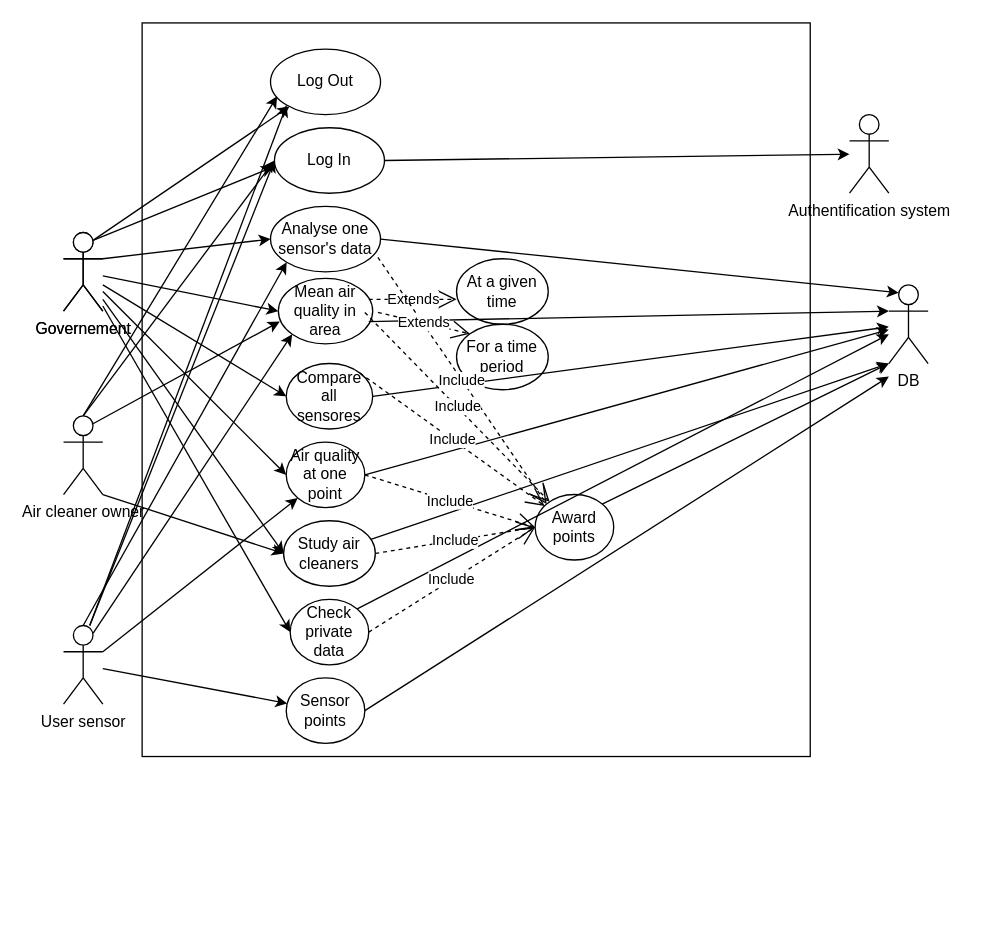
The draw.io diagram use case diagram.drawio in jimmywengzj/GL-TP, before the edit. Source tidied: cells renumbered, new cells numbered last; positions are measured from the earlier drawing's top-left corner, leaving out a move shared by most shapes. Both pictures are drawn from the tidied source at 131%, with x=0, y=0 at pixel (63, 22).
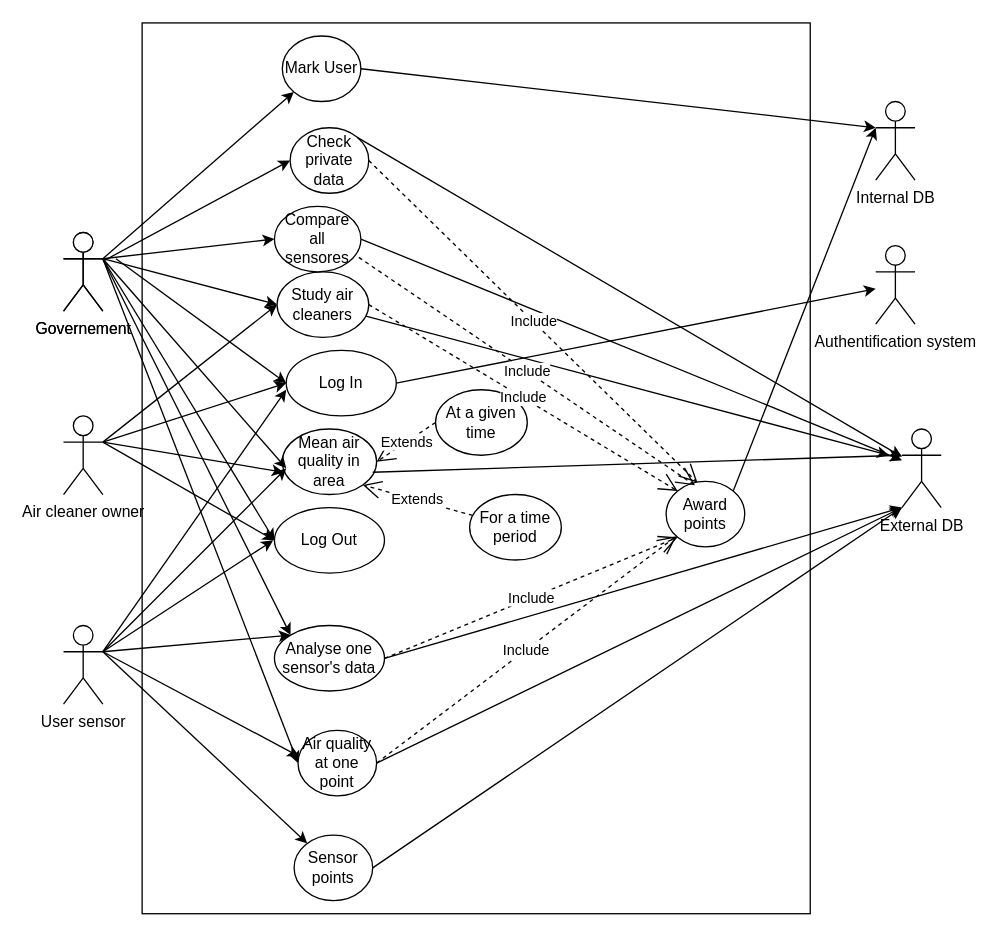
The same diagram, later.

The change refers to these unchanged cells:
```xml
<mxCell id="3" value="Governement" style="shape=umlActor;verticalLabelPosition=bottom;verticalAlign=top;html=1;outlineConnect=0;" parent="1" vertex="1">
  <mxGeometry y="160" width="30" height="60" as="geometry" />
</mxCell>
<mxCell id="39" value="User sensor" style="shape=umlActor;verticalLabelPosition=bottom;verticalAlign=top;html=1;outlineConnect=0;" parent="1" vertex="1">
  <mxGeometry y="460" width="30" height="60" as="geometry" />
</mxCell>
<mxCell id="40" value="Governement" style="shape=umlActor;verticalLabelPosition=bottom;verticalAlign=top;html=1;outlineConnect=0;" parent="1" vertex="1">
  <mxGeometry y="160" width="30" height="60" as="geometry" />
</mxCell>
<mxCell id="41" value="Air cleaner owner" style="shape=umlActor;verticalLabelPosition=bottom;verticalAlign=top;html=1;outlineConnect=0;" parent="1" vertex="1">
  <mxGeometry y="300" width="30" height="60" as="geometry" />
</mxCell>
```

Change to the diagram source:
```diff
@@
     <mxCell id="2" style="rounded=0;whiteSpace=wrap;html=1;" parent="1" vertex="1">
-      <mxGeometry x="60" width="510" height="560" as="geometry" />
+      <mxGeometry x="60" width="510" height="680" as="geometry" />
     </mxCell>
@@
     <mxCell id="4" value="Mean air quality in area" style="ellipse;whiteSpace=wrap;html=1;" parent="1" vertex="1">
-      <mxGeometry x="164" y="195" width="72" height="50" as="geometry" />
+      <mxGeometry x="167" y="310" width="72" height="50" as="geometry" />
     </mxCell>
     <mxCell id="5" value="Analyse one sensor's data" style="ellipse;whiteSpace=wrap;html=1;" parent="1" vertex="1">
-      <mxGeometry x="158" y="140" width="84" height="50" as="geometry" />
+      <mxGeometry x="161" y="460" width="84" height="50" as="geometry" />
     </mxCell>
-    <mxCell id="6" value="Compare all sensores" style="ellipse;whiteSpace=wrap;html=1;" parent="1" vertex="1">
-      <mxGeometry x="170" y="260" width="66" height="50" as="geometry" />
-    </mxCell>
     <mxCell id="7" value="Air quality at one point" style="ellipse;whiteSpace=wrap;html=1;" parent="1" vertex="1">
-      <mxGeometry x="170" y="320" width="60" height="50" as="geometry" />
+      <mxGeometry x="179" y="540" width="60" height="50" as="geometry" />
     </mxCell>
     <mxCell id="8" value="Study air cleaners" style="ellipse;whiteSpace=wrap;html=1;" parent="1" vertex="1">
-      <mxGeometry x="168" y="380" width="70" height="50" as="geometry" />
+      <mxGeometry x="163" y="190" width="70" height="50" as="geometry" />
     </mxCell>
     <mxCell id="9" value="Check private data" style="ellipse;whiteSpace=wrap;html=1;" parent="1" vertex="1">
-      <mxGeometry x="173" y="440" width="60" height="50" as="geometry" />
+      <mxGeometry x="173" y="80" width="60" height="50" as="geometry" />
     </mxCell>
     <mxCell id="10" value="Award points" style="ellipse;whiteSpace=wrap;html=1;" parent="1" vertex="1">
-      <mxGeometry x="360" y="360" width="60" height="50" as="geometry" />
+      <mxGeometry x="460" y="350" width="60" height="50" as="geometry" />
     </mxCell>
-    <mxCell id="11" value="DB" style="shape=umlActor;verticalLabelPosition=bottom;verticalAlign=top;html=1;outlineConnect=0;" parent="1" vertex="1">
-      <mxGeometry x="630" y="200" width="30" height="60" as="geometry" />
+    <mxCell id="11" value="External DB" style="shape=umlActor;verticalLabelPosition=bottom;verticalAlign=top;html=1;outlineConnect=0;" parent="1" vertex="1">
+      <mxGeometry x="640" y="310" width="30" height="60" as="geometry" />
     </mxCell>
     <mxCell id="12" value="At a given time" style="ellipse;whiteSpace=wrap;html=1;" parent="1" vertex="1">
-      <mxGeometry x="300" y="180" width="70" height="50" as="geometry" />
+      <mxGeometry x="284" y="280" width="70" height="50" as="geometry" />
     </mxCell>
     <mxCell id="13" value="For a time period" style="ellipse;whiteSpace=wrap;html=1;" parent="1" vertex="1">
-      <mxGeometry x="300" y="230" width="70" height="50" as="geometry" />
+      <mxGeometry x="310" y="360" width="70" height="50" as="geometry" />
     </mxCell>
@@
-    <mxCell id="15" style="endArrow=classic;html=1;rounded=0;exitX=1;exitY=0.5;exitDx=0;exitDy=0;entryX=0.25;entryY=0.1;entryDx=0;entryDy=0;entryPerimeter=0;" parent="1" edge="1" source="5" target="11">
-      <mxGeometry relative="1" as="geometry" />
+    <mxCell id="15" style="endArrow=classic;html=1;rounded=0;exitX=1;exitY=0.5;exitDx=0;exitDy=0;" parent="1" edge="1" source="5">
+      <mxGeometry relative="1" as="geometry">
+        <mxPoint x="640" y="370" as="targetPoint" />
+      </mxGeometry>
     </mxCell>
@@
-    <mxCell id="17" style="endArrow=classic;html=1;rounded=0;exitX=1;exitY=0.5;exitDx=0;exitDy=0;" parent="1" edge="1" source="7" target="11">
+    <mxCell id="17" style="endArrow=classic;html=1;rounded=0;exitX=1;exitY=0.5;exitDx=0;exitDy=0;entryX=0;entryY=1;entryDx=0;entryDy=0;entryPerimeter=0;" parent="1" edge="1" source="7" target="11">
       <mxGeometry relative="1" as="geometry" />
     </mxCell>
-    <mxCell id="18" style="endArrow=classic;html=1;rounded=0;entryX=0;entryY=1;entryDx=0;entryDy=0;entryPerimeter=0;" parent="1" edge="1" source="8" target="11">
-      <mxGeometry relative="1" as="geometry" />
+    <mxCell id="18" style="endArrow=classic;html=1;rounded=0;" parent="1" edge="1" source="8">
+      <mxGeometry relative="1" as="geometry">
+        <mxPoint x="630" y="330" as="targetPoint" />
+      </mxGeometry>
     </mxCell>
@@
-    <mxCell id="20" style="endArrow=classic;html=1;rounded=0;exitX=1;exitY=0;exitDx=0;exitDy=0;" parent="1" edge="1" source="10">
-      <mxGeometry relative="1" as="geometry">
-        <mxPoint x="630" y="260" as="targetPoint" />
-      </mxGeometry>
-    </mxCell>
-    <mxCell id="21" value="Include" style="endArrow=open;endSize=12;dashed=1;html=1;rounded=0;exitX=1;exitY=0.5;exitDx=0;exitDy=0;entryX=0;entryY=0.5;entryDx=0;entryDy=0;" parent="1" edge="1" source="7" target="10">
+    <mxCell id="21" value="Include" style="endArrow=open;endSize=12;dashed=1;html=1;rounded=0;exitX=1;exitY=0.5;exitDx=0;exitDy=0;" parent="1" edge="1" source="7" target="10">
       <mxGeometry relative="1" as="geometry" />
     </mxCell>
-    <mxCell id="22" value="Extends" style="endArrow=open;endSize=12;dashed=1;html=1;rounded=0;exitX=0.958;exitY=0.32;exitDx=0;exitDy=0;exitPerimeter=0;" parent="1" edge="1" source="4">
-      <mxGeometry relative="1" as="geometry">
-        <mxPoint x="300" y="211" as="targetPoint" />
-      </mxGeometry>
+    <mxCell id="22" value="Extends" style="endArrow=open;endSize=12;dashed=1;html=1;rounded=0;exitX=0;exitY=0.5;exitDx=0;exitDy=0;entryX=1;entryY=0.5;entryDx=0;entryDy=0;" parent="1" edge="1" source="12" target="4">
+      <mxGeometry relative="1" as="geometry" />
     </mxCell>
-    <mxCell id="23" value="Include" style="endArrow=open;endSize=12;dashed=1;html=1;rounded=0;exitX=1;exitY=0.5;exitDx=0;exitDy=0;entryX=0;entryY=0.5;entryDx=0;entryDy=0;" parent="1" edge="1" source="9" target="10">
+    <mxCell id="23" value="Include" style="endArrow=open;endSize=12;dashed=1;html=1;rounded=0;exitX=1;exitY=0.5;exitDx=0;exitDy=0;entryX=0.4;entryY=0.02;entryDx=0;entryDy=0;entryPerimeter=0;" parent="1" edge="1" source="9" target="10">
       <mxGeometry relative="1" as="geometry" />
     </mxCell>
-    <mxCell id="24" value="Include" style="endArrow=open;endSize=12;dashed=1;html=1;rounded=0;exitX=0.976;exitY=0.78;exitDx=0;exitDy=0;exitPerimeter=0;entryX=0;entryY=0;entryDx=0;entryDy=0;" parent="1" edge="1" source="5" target="10">
+    <mxCell id="24" value="Include" style="endArrow=open;endSize=12;dashed=1;html=1;rounded=0;exitX=0.976;exitY=0.78;exitDx=0;exitDy=0;exitPerimeter=0;entryX=0.367;entryY=0.06;entryDx=0;entryDy=0;entryPerimeter=0;" parent="1" edge="1" source="6" target="10">
       <mxGeometry relative="1" as="geometry" />
     </mxCell>
-    <mxCell id="25" value="Include" style="endArrow=open;endSize=12;dashed=1;html=1;rounded=0;" parent="1" edge="1" target="10">
-      <mxGeometry relative="1" as="geometry">
-        <mxPoint x="230" y="221" as="sourcePoint" />
-      </mxGeometry>
-    </mxCell>
-    <mxCell id="26" value="Include" style="endArrow=open;endSize=12;dashed=1;html=1;rounded=0;exitX=1;exitY=0;exitDx=0;exitDy=0;" parent="1" edge="1" source="6" target="10">
+    <mxCell id="26" value="Include" style="endArrow=open;endSize=12;dashed=1;html=1;rounded=0;exitX=1;exitY=0.5;exitDx=0;exitDy=0;entryX=0;entryY=1;entryDx=0;entryDy=0;" parent="1" edge="1" source="5" target="10">
       <mxGeometry relative="1" as="geometry" />
     </mxCell>
-    <mxCell id="27" value="Include" style="endArrow=open;endSize=12;dashed=1;html=1;rounded=0;exitX=1;exitY=0.5;exitDx=0;exitDy=0;entryX=0;entryY=0.5;entryDx=0;entryDy=0;" parent="1" edge="1" source="8" target="10">
+    <mxCell id="27" value="Include" style="endArrow=open;endSize=12;dashed=1;html=1;rounded=0;exitX=1;exitY=0.5;exitDx=0;exitDy=0;entryX=0;entryY=0;entryDx=0;entryDy=0;" parent="1" edge="1" source="8" target="10">
       <mxGeometry relative="1" as="geometry" />
     </mxCell>
-    <mxCell id="28" value="Extends" style="endArrow=open;endSize=12;dashed=1;html=1;rounded=0;entryX=0;entryY=0;entryDx=0;entryDy=0;" parent="1" edge="1" target="13">
-      <mxGeometry relative="1" as="geometry">
-        <mxPoint x="240" y="221" as="sourcePoint" />
-      </mxGeometry>
+    <mxCell id="28" value="Extends" style="endArrow=open;endSize=12;dashed=1;html=1;rounded=0;entryX=1;entryY=1;entryDx=0;entryDy=0;" parent="1" edge="1" source="13" target="4">
+      <mxGeometry relative="1" as="geometry" />
     </mxCell>
-    <mxCell id="29" style="endArrow=classic;html=1;rounded=0;exitX=1;exitY=0.3333333333333333;exitDx=0;exitDy=0;entryX=0;entryY=0.5;entryDx=0;entryDy=0;exitPerimeter=0;" parent="1" edge="1" source="3" target="5">
+    <mxCell id="29" style="endArrow=classic;html=1;rounded=0;exitX=1;exitY=0.3333333333333333;exitDx=0;exitDy=0;entryX=0;entryY=0;entryDx=0;entryDy=0;exitPerimeter=0;" parent="1" edge="1" source="3" target="5">
       <mxGeometry relative="1" as="geometry" />
     </mxCell>
-    <mxCell id="30" style="endArrow=classic;html=1;rounded=0;entryX=0;entryY=0.5;entryDx=0;entryDy=0;" parent="1" edge="1" source="3" target="4">
-      <mxGeometry relative="1" as="geometry" />
+    <mxCell id="30" style="endArrow=classic;html=1;rounded=0;exitX=1;exitY=0.3333333333333333;exitDx=0;exitDy=0;exitPerimeter=0;" parent="1" edge="1" source="40">
+      <mxGeometry relative="1" as="geometry">
+        <mxPoint x="170" y="340" as="targetPoint" />
+      </mxGeometry>
     </mxCell>
-    <mxCell id="31" style="endArrow=classic;html=1;rounded=0;entryX=0;entryY=0.5;entryDx=0;entryDy=0;" parent="1" edge="1" target="6">
-      <mxGeometry relative="1" as="geometry">
-        <mxPoint x="30" y="200" as="sourcePoint" />
-      </mxGeometry>
+    <mxCell id="31" style="endArrow=classic;html=1;rounded=0;entryX=0;entryY=0.5;entryDx=0;entryDy=0;exitX=1;exitY=0.3333333333333333;exitDx=0;exitDy=0;exitPerimeter=0;" parent="1" edge="1" source="40" target="6">
+      <mxGeometry relative="1" as="geometry" />
     </mxCell>
-    <mxCell id="32" style="endArrow=classic;html=1;rounded=0;entryX=0;entryY=0.5;entryDx=0;entryDy=0;" parent="1" edge="1" source="3" target="7">
-      <mxGeometry relative="1" as="geometry" />
+    <mxCell id="32" style="endArrow=classic;html=1;rounded=0;entryX=0;entryY=0.5;entryDx=0;entryDy=0;" parent="1" edge="1" target="7">
+      <mxGeometry relative="1" as="geometry">
+        <mxPoint x="30" y="180" as="sourcePoint" />
+      </mxGeometry>
     </mxCell>
-    <mxCell id="33" style="endArrow=classic;html=1;rounded=0;entryX=0;entryY=0.5;entryDx=0;entryDy=0;" parent="1" edge="1" source="3" target="8">
-      <mxGeometry relative="1" as="geometry" />
+    <mxCell id="33" style="endArrow=classic;html=1;rounded=0;entryX=0;entryY=0.5;entryDx=0;entryDy=0;" parent="1" edge="1" target="8">
+      <mxGeometry relative="1" as="geometry">
+        <mxPoint x="30" y="180" as="sourcePoint" />
+      </mxGeometry>
     </mxCell>
@@
     <mxCell id="35" value="Log In" style="ellipse;whiteSpace=wrap;html=1;" parent="1" vertex="1">
-      <mxGeometry x="161" y="80" width="84" height="50" as="geometry" />
+      <mxGeometry x="170" y="250" width="84" height="50" as="geometry" />
     </mxCell>
-    <mxCell id="36" style="endArrow=classic;html=1;rounded=0;exitX=0.75;exitY=0.1;exitDx=0;exitDy=0;exitPerimeter=0;" parent="1" edge="1" source="3">
-      <mxGeometry relative="1" as="geometry">
-        <mxPoint x="160" y="110" as="targetPoint" />
-      </mxGeometry>
-    </mxCell>
     <mxCell id="37" value="Authentification system" style="shape=umlActor;verticalLabelPosition=bottom;verticalAlign=top;html=1;outlineConnect=0;" parent="1" vertex="1">
-      <mxGeometry x="600" y="70" width="30" height="60" as="geometry" />
+      <mxGeometry x="620" y="170" width="30" height="60" as="geometry" />
     </mxCell>
@@
     <mxCell id="42" value="Sensor points" style="ellipse;whiteSpace=wrap;html=1;" parent="1" vertex="1">
-      <mxGeometry x="170" y="500" width="60" height="50" as="geometry" />
+      <mxGeometry x="176" y="620" width="60" height="50" as="geometry" />
     </mxCell>
-    <mxCell id="43" style="endArrow=classic;html=1;rounded=0;exitX=1;exitY=0.5;exitDx=0;exitDy=0;" parent="1" edge="1" source="42">
-      <mxGeometry relative="1" as="geometry">
-        <mxPoint x="630" y="270" as="targetPoint" />
-      </mxGeometry>
+    <mxCell id="43" style="endArrow=classic;html=1;rounded=0;exitX=1;exitY=0.5;exitDx=0;exitDy=0;entryX=0;entryY=1;entryDx=0;entryDy=0;entryPerimeter=0;" parent="1" edge="1" source="42" target="11">
+      <mxGeometry relative="1" as="geometry" />
     </mxCell>
-    <mxCell id="44" style="endArrow=classic;html=1;rounded=0;" parent="1" edge="1" source="39" target="42">
-      <mxGeometry relative="1" as="geometry" />
+    <mxCell id="44" style="endArrow=classic;html=1;rounded=0;" parent="1" edge="1" target="42">
+      <mxGeometry relative="1" as="geometry">
+        <mxPoint x="30" y="480" as="sourcePoint" />
+      </mxGeometry>
     </mxCell>
-    <mxCell id="45" style="endArrow=classic;html=1;rounded=0;exitX=0.75;exitY=0.1;exitDx=0;exitDy=0;exitPerimeter=0;entryX=0;entryY=1;entryDx=0;entryDy=0;" parent="1" edge="1" source="39" target="4">
-      <mxGeometry relative="1" as="geometry" />
+    <mxCell id="45" style="endArrow=classic;html=1;rounded=0;" parent="1" edge="1">
+      <mxGeometry relative="1" as="geometry">
+        <mxPoint x="30" y="480" as="sourcePoint" />
+        <mxPoint x="170" y="340" as="targetPoint" />
+      </mxGeometry>
     </mxCell>
-    <mxCell id="46" style="endArrow=classic;html=1;rounded=0;exitX=1;exitY=0.3333333333333333;exitDx=0;exitDy=0;exitPerimeter=0;entryX=0;entryY=1;entryDx=0;entryDy=0;" parent="1" edge="1" source="39" target="7">
-      <mxGeometry relative="1" as="geometry" />
+    <mxCell id="46" style="endArrow=classic;html=1;rounded=0;exitX=1;exitY=0.3333333333333333;exitDx=0;exitDy=0;exitPerimeter=0;" parent="1" edge="1" source="39">
+      <mxGeometry relative="1" as="geometry">
+        <mxPoint x="180" y="560" as="targetPoint" />
+      </mxGeometry>
     </mxCell>
-    <mxCell id="47" style="endArrow=classic;html=1;rounded=0;exitX=1;exitY=1;exitDx=0;exitDy=0;exitPerimeter=0;entryX=0;entryY=0.5;entryDx=0;entryDy=0;" parent="1" edge="1" source="41" target="8">
+    <mxCell id="47" style="endArrow=classic;html=1;rounded=0;exitX=1;exitY=0.3333333333333333;exitDx=0;exitDy=0;exitPerimeter=0;entryX=0;entryY=0.5;entryDx=0;entryDy=0;" parent="1" edge="1" source="41" target="8">
       <mxGeometry relative="1" as="geometry" />
     </mxCell>
-    <mxCell id="48" style="endArrow=classic;html=1;rounded=0;exitX=0.5;exitY=0;exitDx=0;exitDy=0;exitPerimeter=0;entryX=0;entryY=1;entryDx=0;entryDy=0;" parent="1" edge="1" source="39" target="5">
+    <mxCell id="48" style="endArrow=classic;html=1;rounded=0;exitX=1;exitY=0.3333333333333333;exitDx=0;exitDy=0;exitPerimeter=0;entryX=0;entryY=0;entryDx=0;entryDy=0;" parent="1" edge="1" source="39" target="5">
       <mxGeometry relative="1" as="geometry" />
     </mxCell>
-    <mxCell id="49" style="endArrow=classic;html=1;rounded=0;exitX=0.75;exitY=0.1;exitDx=0;exitDy=0;exitPerimeter=0;entryX=0.014;entryY=0.66;entryDx=0;entryDy=0;entryPerimeter=0;" parent="1" edge="1" source="41" target="4">
+    <mxCell id="49" style="endArrow=classic;html=1;rounded=0;exitX=1;exitY=0.3333333333333333;exitDx=0;exitDy=0;exitPerimeter=0;entryX=0.014;entryY=0.66;entryDx=0;entryDy=0;entryPerimeter=0;" parent="1" edge="1" source="41" target="4">
       <mxGeometry relative="1" as="geometry" />
     </mxCell>
-    <mxCell id="50" style="endArrow=classic;html=1;rounded=0;entryX=0;entryY=0.5;entryDx=0;entryDy=0;" parent="1" edge="1">
-      <mxGeometry relative="1" as="geometry">
-        <mxPoint x="20" y="460" as="sourcePoint" />
-        <mxPoint x="161" y="105" as="targetPoint" />
-      </mxGeometry>
-    </mxCell>
-    <mxCell id="51" style="endArrow=classic;html=1;rounded=0;exitX=0.5;exitY=0;exitDx=0;exitDy=0;exitPerimeter=0;entryX=0;entryY=0.5;entryDx=0;entryDy=0;" parent="1" edge="1" source="41">
-      <mxGeometry relative="1" as="geometry">
-        <mxPoint x="161" y="105" as="targetPoint" />
-      </mxGeometry>
-    </mxCell>
     <mxCell id="52" value="Log Out" style="ellipse;whiteSpace=wrap;html=1;" parent="1" vertex="1">
-      <mxGeometry x="158" y="20" width="84" height="50" as="geometry" />
+      <mxGeometry x="161" y="370" width="84" height="50" as="geometry" />
     </mxCell>
-    <mxCell id="53" style="endArrow=classic;html=1;rounded=0;exitX=0.75;exitY=0.1;exitDx=0;exitDy=0;exitPerimeter=0;" parent="1" edge="1" source="40" target="52">
+    <mxCell id="53" style="endArrow=classic;html=1;rounded=0;exitX=1;exitY=0.3333333333333333;exitDx=0;exitDy=0;exitPerimeter=0;entryX=0;entryY=0.5;entryDx=0;entryDy=0;" parent="1" edge="1" source="40" target="52">
       <mxGeometry relative="1" as="geometry" />
     </mxCell>
-    <mxCell id="54" style="endArrow=classic;html=1;rounded=0;entryX=0.06;entryY=0.72;entryDx=0;entryDy=0;exitX=0.5;exitY=0;exitDx=0;exitDy=0;exitPerimeter=0;entryPerimeter=0;" parent="1" edge="1" source="41" target="52">
-      <mxGeometry relative="1" as="geometry" />
+    <mxCell id="54" style="endArrow=classic;html=1;rounded=0;entryX=0;entryY=0.5;entryDx=0;entryDy=0;" parent="1" edge="1" target="52">
+      <mxGeometry relative="1" as="geometry">
+        <mxPoint x="30" y="320" as="sourcePoint" />
+      </mxGeometry>
     </mxCell>
-    <mxCell id="55" style="endArrow=classic;html=1;rounded=0;entryX=0;entryY=1;entryDx=0;entryDy=0;" parent="1" edge="1" target="52">
+    <mxCell id="55" style="endArrow=classic;html=1;rounded=0;" parent="1" edge="1">
       <mxGeometry relative="1" as="geometry">
-        <mxPoint x="20" y="460" as="sourcePoint" />
+        <mxPoint x="30" y="480" as="sourcePoint" />
+        <mxPoint x="160" y="395" as="targetPoint" />
       </mxGeometry>
     </mxCell>
+    <mxCell id="56" value="Mark User" style="ellipse;whiteSpace=wrap;html=1;" parent="1" vertex="1">
+      <mxGeometry x="167" y="10" width="60" height="50" as="geometry" />
+    </mxCell>
+    <mxCell id="6" value="Compare all sensores" style="ellipse;whiteSpace=wrap;html=1;" parent="1" vertex="1">
+      <mxGeometry x="161" y="140" width="66" height="50" as="geometry" />
+    </mxCell>
+    <mxCell id="57" style="endArrow=classic;html=1;rounded=0;entryX=0;entryY=0.5;entryDx=0;entryDy=0;" parent="1" edge="1" target="35">
+      <mxGeometry relative="1" as="geometry">
+        <mxPoint x="40" y="180" as="sourcePoint" />
+      </mxGeometry>
+    </mxCell>
+    <mxCell id="58" style="endArrow=classic;html=1;rounded=0;entryX=0;entryY=0.5;entryDx=0;entryDy=0;" parent="1" edge="1" target="35">
+      <mxGeometry relative="1" as="geometry">
+        <mxPoint x="30" y="320" as="sourcePoint" />
+      </mxGeometry>
+    </mxCell>
+    <mxCell id="59" style="endArrow=classic;html=1;rounded=0;entryX=0;entryY=0.6;entryDx=0;entryDy=0;entryPerimeter=0;" parent="1" edge="1" target="35">
+      <mxGeometry relative="1" as="geometry">
+        <mxPoint x="30" y="480" as="sourcePoint" />
+      </mxGeometry>
+    </mxCell>
+    <mxCell id="60" style="endArrow=classic;html=1;rounded=0;entryX=0;entryY=1;entryDx=0;entryDy=0;" parent="1" edge="1" target="56">
+      <mxGeometry relative="1" as="geometry">
+        <mxPoint x="30" y="180" as="sourcePoint" />
+      </mxGeometry>
+    </mxCell>
+    <mxCell id="61" value="Internal DB" style="shape=umlActor;verticalLabelPosition=bottom;verticalAlign=top;html=1;outlineConnect=0;" parent="1" vertex="1">
+      <mxGeometry x="620" y="60" width="30" height="60" as="geometry" />
+    </mxCell>
+    <mxCell id="62" style="endArrow=classic;html=1;rounded=0;exitX=1;exitY=0.5;exitDx=0;exitDy=0;entryX=0;entryY=0.3333333333333333;entryDx=0;entryDy=0;entryPerimeter=0;" parent="1" edge="1" source="56" target="61">
+      <mxGeometry relative="1" as="geometry" />
+    </mxCell>
+    <mxCell id="63" style="endArrow=classic;html=1;rounded=0;exitX=1;exitY=0;exitDx=0;exitDy=0;entryX=0;entryY=0.3333333333333333;entryDx=0;entryDy=0;entryPerimeter=0;" parent="1" edge="1" source="10" target="61">
+      <mxGeometry relative="1" as="geometry" />
+    </mxCell>
```
